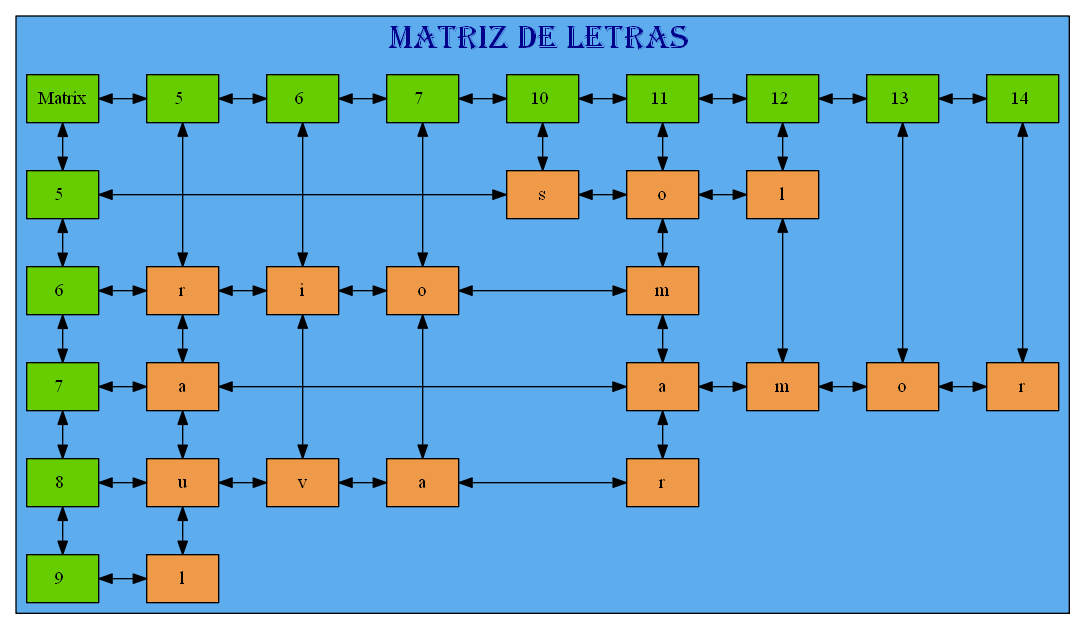
Above: Graficas/Table_Juego.dot.png in mariotun/EDD_1S2020_PY1_201602942 (Graphviz), before the change. Its source is kept beside it as Graficas/Table_Juego.dot.
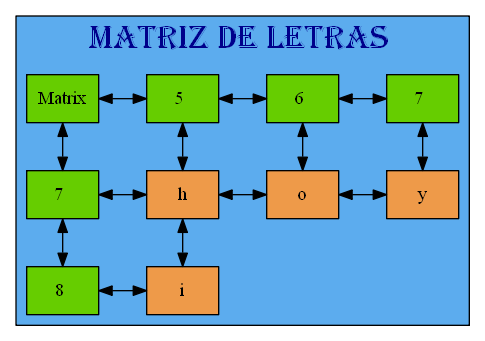
After the commit.

Change to the diagram source:
```diff
@@ -14,92 +14,37 @@
 node [shape=box fillcolor=chartreuse3];
 mt[label= "Matrix" style=radial group=0]
 {rank=same;
-25770476016[label= "5 " style=radial,group=5]
-25770476192[label= "6 " style=radial,group=6]
-25770478848[label= "7 " style=radial,group=7]
-25770476720[label= "10 " style=radial,group=10]
-25770477472[label= "11 " style=radial,group=11]
-25770480336[label= "12 " style=radial,group=12]
-25770480512[label= "13 " style=radial,group=13]
-0[label= "14 " style=radial,group=14]
-mt->25770476016->25770476192->25770478848->25770476720->25770477472->25770480336->25770480512->0[dir=both];};
+25770509568[label= "5 " style=radial,group=5]
+25770510224[label= "6 " style=radial,group=6]
+0[label= "7 " style=radial,group=7]
+mt->25770509568->25770510224->0[dir=both];};
 
-25770475896[label= "5 " style=radial,group=0]
-25770477000[label= "6 " style=radial,group=0]
-25770476696[label= "7 " style=radial,group=0]
-25770476424[label= "8 " style=radial,group=0]
-56[label= "9 " style=radial,group=0]
-mt->25770475896->25770477000->25770476696->25770476424->56[dir=both];
+25770509896[label= "7 " style=radial,group=0]
+56[label= "8 " style=radial,group=0]
+mt->25770509896->56[dir=both];
 
 node[shape=box height=0.5 style=filled fontcolor=black fillcolor= tan2]
-25770475904[label="r" style=radial,group=5];
+25770509360[label="h" style=radial,group=5];
 node[shape=box height=0.5 style=filled fontcolor=black fillcolor= tan2]
-25770477008[label="a" style=radial,group=5];
+25770509904[label="i" style=radial,group=5];
 node[shape=box height=0.5 style=filled fontcolor=black fillcolor= tan2]
-25770477296[label="u" style=radial,group=5];
+25770509632[label="o" style=radial,group=6];
 node[shape=box height=0.5 style=filled fontcolor=black fillcolor= tan2]
-25770476432[label="l" style=radial,group=5];
-node[shape=box height=0.5 style=filled fontcolor=black fillcolor= tan2]
-25770476080[label="i" style=radial,group=6];
-node[shape=box height=0.5 style=filled fontcolor=black fillcolor= tan2]
-25770477120[label="v" style=radial,group=6];
-node[shape=box height=0.5 style=filled fontcolor=black fillcolor= tan2]
-25770476256[label="o" style=radial,group=7];
-node[shape=box height=0.5 style=filled fontcolor=black fillcolor= tan2]
-25770477232[label="a" style=radial,group=7];
-node[shape=box height=0.5 style=filled fontcolor=black fillcolor= tan2]
-25770477408[label="s" style=radial,group=10];
-node[shape=box height=0.5 style=filled fontcolor=black fillcolor= tan2]
-25770476784[label="o" style=radial,group=11];
-node[shape=box height=0.5 style=filled fontcolor=black fillcolor= tan2]
-25770477600[label="m" style=radial,group=11];
-node[shape=box height=0.5 style=filled fontcolor=black fillcolor= tan2]
-25770477712[label="a" style=radial,group=11];
-node[shape=box height=0.5 style=filled fontcolor=black fillcolor= tan2]
-25770477824[label="r" style=radial,group=11];
-node[shape=box height=0.5 style=filled fontcolor=black fillcolor= tan2]
-25770477536[label="l" style=radial,group=12];
-node[shape=box height=0.5 style=filled fontcolor=black fillcolor= tan2]
-25770479472[label="m" style=radial,group=12];
-node[shape=box height=0.5 style=filled fontcolor=black fillcolor= tan2]
-25770480400[label="o" style=radial,group=13];
-node[shape=box height=0.5 style=filled fontcolor=black fillcolor= tan2]
-25770480576[label="r" style=radial,group=14];
+25770510288[label="y" style=radial,group=7];
 
 
-25770476016->25770475904->25770477008->25770477296->25770476432[dir=both]
-25770476192->25770476080->25770477120[dir=both]
-25770478848->25770476256->25770477232[dir=both]
-25770476720->25770477408[dir=both]
-25770477472->25770476784->25770477600->25770477712->25770477824[dir=both]
-25770480336->25770477536->25770479472[dir=both]
-25770480512->25770480400[dir=both]
-0->25770480576[dir=both]
+25770509568->25770509360->25770509904[dir=both]
+25770510224->25770509632[dir=both]
+0->25770510288[dir=both]
 
-25770477408[label="s"];
-25770476784[label="o"];
-25770477536[label="l"];
-25770475904[label="r"];
-25770476080[label="i"];
-25770476256[label="o"];
-25770477600[label="m"];
-25770477008[label="a"];
-25770477712[label="a"];
-25770479472[label="m"];
-25770480400[label="o"];
-25770480576[label="r"];
-25770477296[label="u"];
-25770477120[label="v"];
-25770477232[label="a"];
-25770477824[label="r"];
-25770476432[label="l"];
+25770509360[label="h"];
+25770509632[label="o"];
+25770510288[label="y"];
+25770509904[label="i"];
 
 
-{rank=same;25770475896->25770477408->25770476784->25770477536[dir=both] }
-{rank=same;25770477000->25770475904->25770476080->25770476256->25770477600[dir=both] }
-{rank=same;25770476696->25770477008->25770477712->25770479472->25770480400->25770480576[dir=both] }
-{rank=same;25770476424->25770477296->25770477120->25770477232->25770477824[dir=both] }
-{rank=same;56->25770476432[dir=both] }
+{rank=same;25770509896->25770509360->25770509632->25770510288[dir=both] }
+{rank=same;56->25770509904[dir=both] }
  }
 
 }
```
